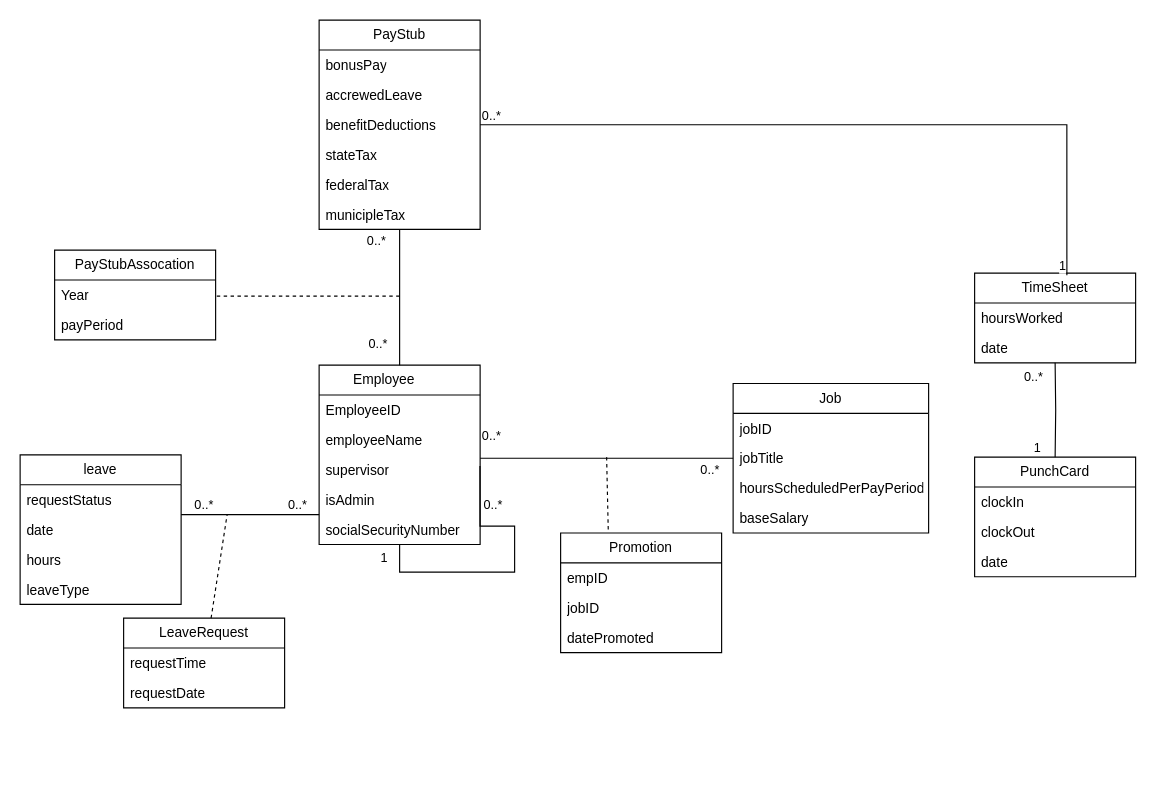
Above: designDocumentation/Untitled Diagram.drawio in PDA-Payroll/PDA (draw.io), before the change. Source tidied: cells renumbered, new cells numbered last; positions are measured from the earlier drawing's top-left corner, leaving out a move shared by most shapes. Both pictures are drawn from the tidied source at 115%, with x=0, y=0 at pixel (20, 20).
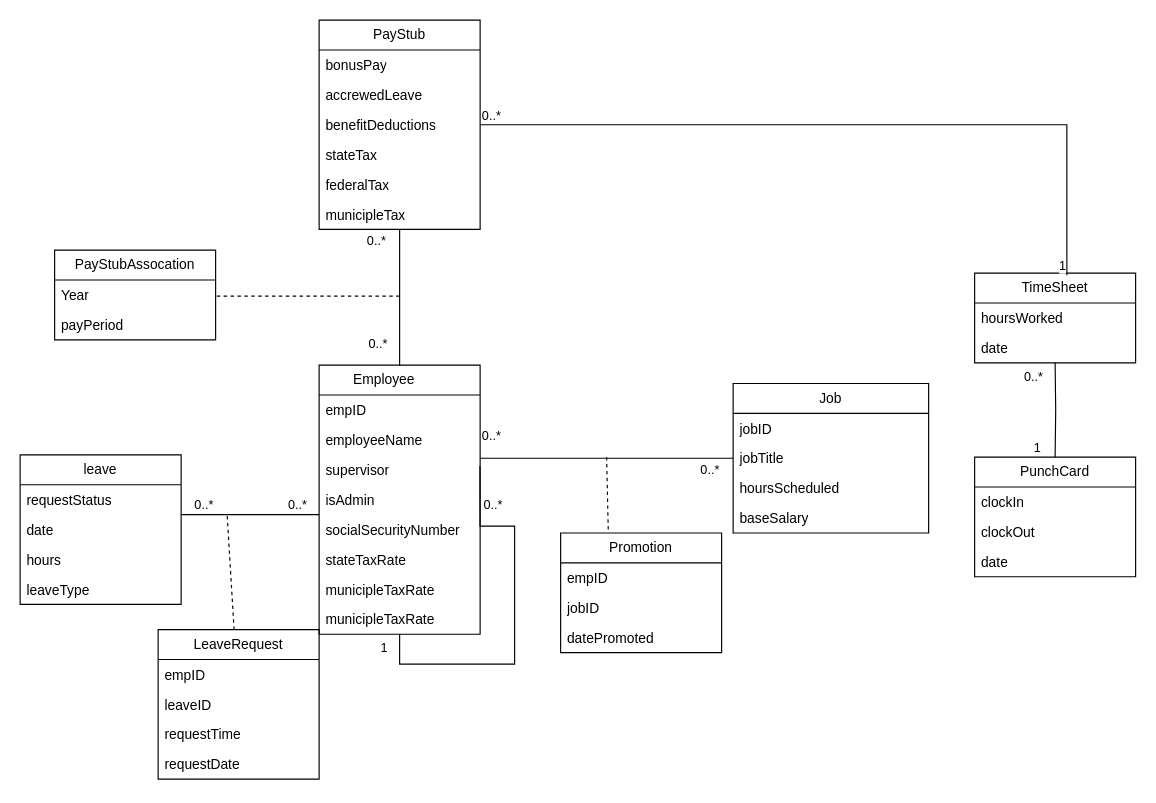
Above is the later version.

Commit message:
docs(class Diagram): Updated class Diagram

The change refers to these unchanged cells:
```xml
<mxCell id="5" value="supervisor" style="text;strokeColor=none;fillColor=none;align=left;verticalAlign=top;spacingLeft=4;spacingRight=4;overflow=hidden;points=[[0,0.5],[1,0.5]];portConstraint=eastwest;whiteSpace=wrap;html=1;" parent="2" vertex="1">
  <mxGeometry y="78" width="140" height="26" as="geometry" />
</mxCell>
<mxCell id="50" value="Job" style="swimlane;fontStyle=0;horizontal=1;startSize=26;fillColor=none;whiteSpace=wrap;html=1;" parent="1" vertex="1">
  <mxGeometry x="620" y="316" width="170" height="130" as="geometry" />
</mxCell>
```

Change to the diagram source:
```diff
@@
     <mxCell id="2" value="Employee&lt;span style=&quot;white-space: pre;&quot;&gt;&#9;&lt;/span&gt;" style="swimlane;fontStyle=0;horizontal=1;startSize=26;fillColor=none;whiteSpace=wrap;html=1;" parent="1" vertex="1">
-      <mxGeometry x="260" y="300" width="140" height="156" as="geometry" />
+      <mxGeometry x="260" y="300" width="140" height="234" as="geometry" />
     </mxCell>
-    <mxCell id="3" value="EmployeeID" style="text;strokeColor=none;fillColor=none;align=left;verticalAlign=top;spacingLeft=4;spacingRight=4;overflow=hidden;whiteSpace=wrap;html=1;" parent="2" vertex="1">
+    <mxCell id="3" value="empID" style="text;strokeColor=none;fillColor=none;align=left;verticalAlign=top;spacingLeft=4;spacingRight=4;overflow=hidden;whiteSpace=wrap;html=1;" parent="2" vertex="1">
       <mxGeometry y="26" width="140" height="26" as="geometry" />
     </mxCell>
@@
+    <mxCell id="64" value="stateTaxRate" style="text;strokeColor=none;fillColor=none;align=left;verticalAlign=top;spacingLeft=4;spacingRight=4;overflow=hidden;whiteSpace=wrap;html=1;" parent="2" vertex="1">
+      <mxGeometry y="156" width="140" height="26" as="geometry" />
+    </mxCell>
+    <mxCell id="65" value="municipleTaxRate" style="text;strokeColor=none;fillColor=none;align=left;verticalAlign=top;spacingLeft=4;spacingRight=4;overflow=hidden;whiteSpace=wrap;html=1;" parent="2" vertex="1">
+      <mxGeometry y="182" width="140" height="26" as="geometry" />
+    </mxCell>
+    <mxCell id="66" value="municipleTaxRate" style="text;strokeColor=none;fillColor=none;align=left;verticalAlign=top;spacingLeft=4;spacingRight=4;overflow=hidden;whiteSpace=wrap;html=1;" parent="2" vertex="1">
+      <mxGeometry y="208" width="140" height="26" as="geometry" />
+    </mxCell>
@@
     <mxCell id="36" value="LeaveRequest" style="swimlane;fontStyle=0;horizontal=1;startSize=26;fillColor=none;whiteSpace=wrap;html=1;" parent="1" vertex="1">
-      <mxGeometry x="90" y="520" width="140" height="78" as="geometry" />
+      <mxGeometry x="120" y="530" width="140" height="130" as="geometry" />
     </mxCell>
+    <mxCell id="67" value="empID" style="text;strokeColor=none;fillColor=none;align=left;verticalAlign=top;spacingLeft=4;spacingRight=4;overflow=hidden;whiteSpace=wrap;html=1;" parent="36" vertex="1">
+      <mxGeometry y="26" width="140" height="26" as="geometry" />
+    </mxCell>
+    <mxCell id="68" value="leaveID" style="text;strokeColor=none;fillColor=none;align=left;verticalAlign=top;spacingLeft=4;spacingRight=4;overflow=hidden;whiteSpace=wrap;html=1;" parent="36" vertex="1">
+      <mxGeometry y="52" width="140" height="26" as="geometry" />
+    </mxCell>
     <mxCell id="37" value="requestTime" style="text;strokeColor=none;fillColor=none;align=left;verticalAlign=top;spacingLeft=4;spacingRight=4;overflow=hidden;whiteSpace=wrap;html=1;" parent="36" vertex="1">
-      <mxGeometry y="26" width="140" height="26" as="geometry" />
+      <mxGeometry y="78" width="140" height="26" as="geometry" />
     </mxCell>
     <mxCell id="38" value="requestDate" style="text;strokeColor=none;fillColor=none;align=left;verticalAlign=top;spacingLeft=4;spacingRight=4;overflow=hidden;whiteSpace=wrap;html=1;" parent="36" vertex="1">
-      <mxGeometry y="52" width="140" height="26" as="geometry" />
+      <mxGeometry y="104" width="140" height="26" as="geometry" />
     </mxCell>
@@
     <mxCell id="47" style="endArrow=none;html=1;edgeStyle=orthogonalEdgeStyle;rounded=0;exitX=0.999;exitY=0.373;exitDx=0;exitDy=0;exitPerimeter=0;" parent="1" edge="1" source="5" target="2">
       <mxGeometry relative="1" as="geometry">
         <Array as="points">
           <mxPoint x="400" y="440" />
           <mxPoint x="430" y="440" />
-          <mxPoint x="430" y="480" />
-          <mxPoint x="330" y="480" />
+          <mxPoint x="430" y="560" />
+          <mxPoint x="330" y="560" />
         </Array>
       </mxGeometry>
     </mxCell>
@@
-    <mxCell id="53" value="hoursScheduledPerPayPeriod" style="text;strokeColor=none;fillColor=none;align=left;verticalAlign=top;spacingLeft=4;spacingRight=4;overflow=hidden;whiteSpace=wrap;html=1;" parent="50" vertex="1">
+    <mxCell id="53" value="hoursScheduled" style="text;strokeColor=none;fillColor=none;align=left;verticalAlign=top;spacingLeft=4;spacingRight=4;overflow=hidden;whiteSpace=wrap;html=1;" parent="50" vertex="1">
       <mxGeometry y="78" width="170" height="26" as="geometry" />
     </mxCell>
```
